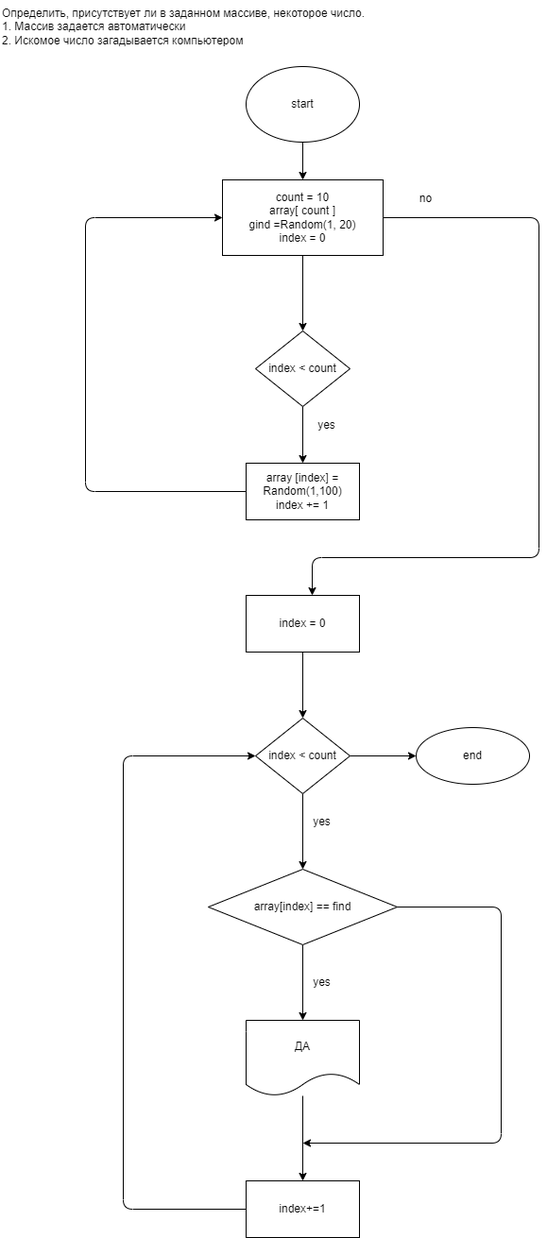
The draw.io diagram Sem02/Ex02/diagram.drawio.png in KravchukMary/Mod2, before a commit. Source tidied: cells renumbered, new cells last; positions are measured from the earlier drawing's top-left corner, leaving out a move shared by most shapes. Its diagram source:
```xml
<mxGraphModel>
  <root>
    <mxCell id="0" />
    <mxCell id="1" parent="0" />
    <mxCell id="2" value="Определить, присутствует ли в заданном массиве, некоторое число.&lt;br&gt;1. Массив задается автоматически&lt;br&gt;2. Искомое число загадывается компьютером" style="text;whiteSpace=wrap;html=1;" parent="1" vertex="1">
      <mxGeometry width="410" height="60" as="geometry" />
    </mxCell>
    <mxCell id="3" style="edgeStyle=none;html=1;" parent="1" edge="1" source="4" target="7">
      <mxGeometry relative="1" as="geometry" />
    </mxCell>
    <mxCell id="4" value="start" style="ellipse;whiteSpace=wrap;html=1;" parent="1" vertex="1">
      <mxGeometry x="260" y="70" width="120" height="80" as="geometry" />
    </mxCell>
    <mxCell id="5" style="edgeStyle=none;html=1;" parent="1" edge="1" source="7" target="9">
      <mxGeometry relative="1" as="geometry" />
    </mxCell>
    <mxCell id="6" style="edgeStyle=none;html=1;" parent="1" edge="1" source="7">
      <mxGeometry relative="1" as="geometry">
        <mxPoint x="330" y="630" as="targetPoint" />
        <Array as="points">
          <mxPoint x="570" y="230" />
          <mxPoint x="570" y="590" />
          <mxPoint x="330" y="590" />
        </Array>
      </mxGeometry>
    </mxCell>
    <mxCell id="7" value="count = 10&lt;br&gt;array[ count ]&lt;br&gt;gind =Random(1, 20)&lt;br&gt;index = 0" style="whiteSpace=wrap;html=1;" parent="1" vertex="1">
      <mxGeometry x="235" y="190" width="170" height="80" as="geometry" />
    </mxCell>
    <mxCell id="8" style="edgeStyle=none;html=1;" parent="1" edge="1" source="9" target="11">
      <mxGeometry relative="1" as="geometry" />
    </mxCell>
    <mxCell id="9" value="index &amp;lt; count" style="rhombus;whiteSpace=wrap;html=1;" parent="1" vertex="1">
      <mxGeometry x="270" y="350" width="100" height="80" as="geometry" />
    </mxCell>
    <mxCell id="10" style="edgeStyle=none;html=1;entryX=0;entryY=0.5;entryDx=0;entryDy=0;" parent="1" edge="1" source="11" target="7">
      <mxGeometry relative="1" as="geometry">
        <Array as="points">
          <mxPoint x="90" y="520" />
          <mxPoint x="90" y="230" />
        </Array>
      </mxGeometry>
    </mxCell>
    <mxCell id="11" value="array [index] = Random(1,100)&lt;br&gt;index += 1" style="whiteSpace=wrap;html=1;" parent="1" vertex="1">
      <mxGeometry x="260" y="490" width="120" height="60" as="geometry" />
    </mxCell>
    <mxCell id="12" value="yes" style="text;html=1;align=center;verticalAlign=middle;strokeColor=none;fillColor=none;" parent="1" vertex="1">
      <mxGeometry x="330" y="440" width="30" height="20" as="geometry" />
    </mxCell>
    <mxCell id="13" style="edgeStyle=none;html=1;" parent="1" edge="1" source="14" target="18">
      <mxGeometry relative="1" as="geometry" />
    </mxCell>
    <mxCell id="14" value="index = 0" style="whiteSpace=wrap;html=1;" parent="1" vertex="1">
      <mxGeometry x="260" y="630" width="120" height="60" as="geometry" />
    </mxCell>
    <mxCell id="15" value="no" style="text;html=1;align=center;verticalAlign=middle;strokeColor=none;fillColor=none;" parent="1" vertex="1">
      <mxGeometry x="435" y="200" width="30" height="20" as="geometry" />
    </mxCell>
    <mxCell id="16" style="edgeStyle=none;html=1;" parent="1" edge="1" source="18" target="20">
      <mxGeometry relative="1" as="geometry" />
    </mxCell>
    <mxCell id="17" style="edgeStyle=none;html=1;" parent="1" edge="1" source="18" target="28">
      <mxGeometry relative="1" as="geometry" />
    </mxCell>
    <mxCell id="18" value="index &amp;lt; count" style="rhombus;whiteSpace=wrap;html=1;" parent="1" vertex="1">
      <mxGeometry x="270" y="760" width="100" height="80" as="geometry" />
    </mxCell>
    <mxCell id="19" style="edgeStyle=none;html=1;" parent="1" edge="1" source="20" target="23">
      <mxGeometry relative="1" as="geometry" />
    </mxCell>
    <mxCell id="20" value="array[index] == find" style="rhombus;whiteSpace=wrap;html=1;" parent="1" vertex="1">
      <mxGeometry x="220" y="920" width="200" height="80" as="geometry" />
    </mxCell>
    <mxCell id="21" value="yes" style="text;html=1;align=center;verticalAlign=middle;strokeColor=none;fillColor=none;" parent="1" vertex="1">
      <mxGeometry x="325" y="860" width="30" height="20" as="geometry" />
    </mxCell>
    <mxCell id="22" style="edgeStyle=none;html=1;" parent="1" edge="1" source="23" target="26">
      <mxGeometry relative="1" as="geometry" />
    </mxCell>
    <mxCell id="23" value="ДА" style="shape=document;whiteSpace=wrap;html=1;boundedLbl=1;" parent="1" vertex="1">
      <mxGeometry x="260" y="1080" width="120" height="80" as="geometry" />
    </mxCell>
    <mxCell id="24" value="yes" style="text;html=1;align=center;verticalAlign=middle;strokeColor=none;fillColor=none;" parent="1" vertex="1">
      <mxGeometry x="325" y="1030" width="30" height="20" as="geometry" />
    </mxCell>
    <mxCell id="25" style="edgeStyle=none;html=1;entryX=0;entryY=0.5;entryDx=0;entryDy=0;" parent="1" edge="1" source="26" target="18">
      <mxGeometry relative="1" as="geometry">
        <Array as="points">
          <mxPoint x="130" y="1280" />
          <mxPoint x="130" y="800" />
        </Array>
      </mxGeometry>
    </mxCell>
    <mxCell id="26" value="index+=1" style="whiteSpace=wrap;html=1;" parent="1" vertex="1">
      <mxGeometry x="260" y="1250" width="120" height="60" as="geometry" />
    </mxCell>
    <mxCell id="27" style="endArrow=classic;html=1;exitX=1;exitY=0.5;exitDx=0;exitDy=0;" parent="1" edge="1" source="20">
      <mxGeometry relative="1" as="geometry">
        <mxPoint x="320" y="1210" as="targetPoint" />
        <Array as="points">
          <mxPoint x="530" y="960" />
          <mxPoint x="530" y="1210" />
        </Array>
      </mxGeometry>
    </mxCell>
    <mxCell id="28" value="end" style="ellipse;whiteSpace=wrap;html=1;" parent="1" vertex="1">
      <mxGeometry x="440" y="770" width="120" height="60" as="geometry" />
    </mxCell>
  </root>
</mxGraphModel>
```
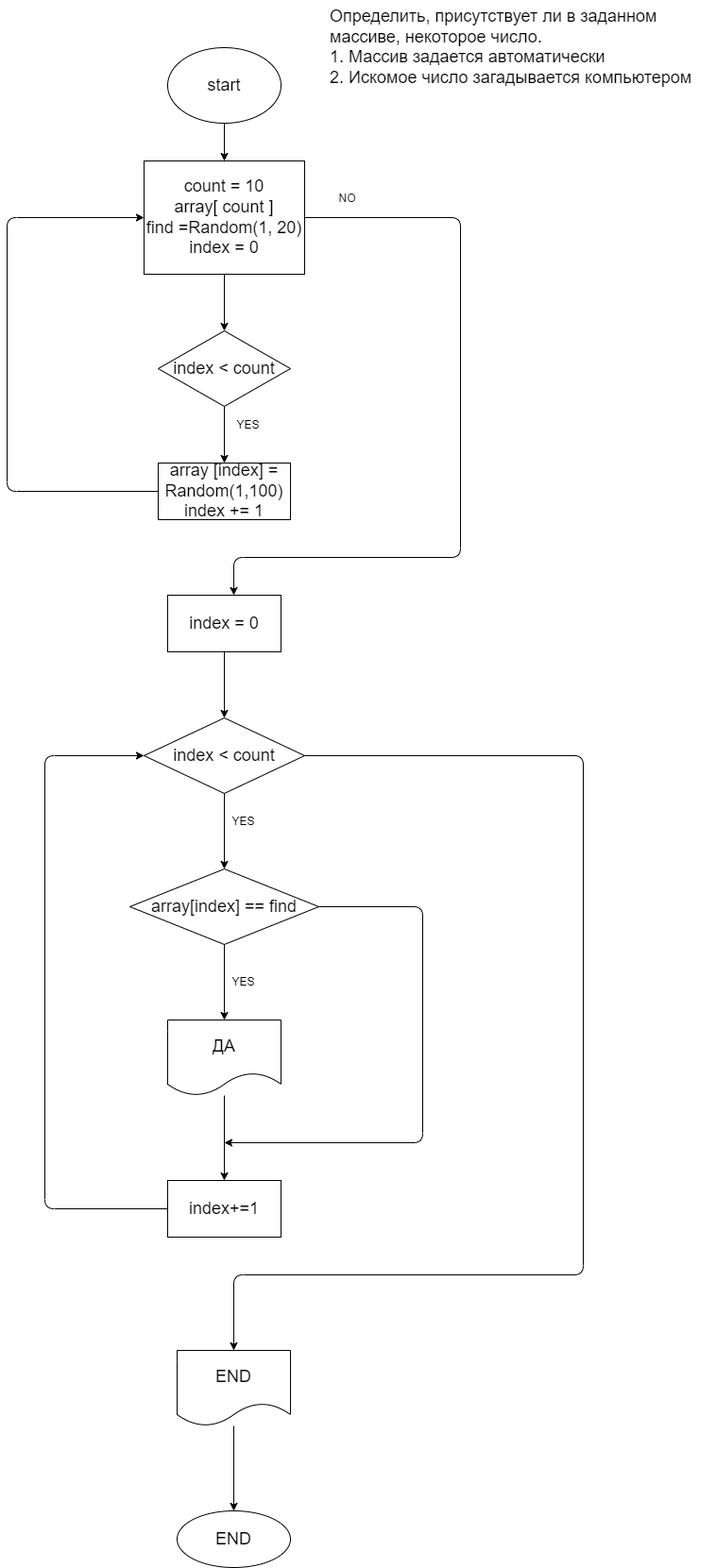
The same diagram one commit later.

Diff of the diagram source:
```diff
@@ -2,14 +2,14 @@
   <root>
     <mxCell id="0" />
     <mxCell id="1" parent="0" />
-    <mxCell id="2" value="Определить, присутствует ли в заданном массиве, некоторое число.&lt;br&gt;1. Массив задается автоматически&lt;br&gt;2. Искомое число загадывается компьютером" style="text;whiteSpace=wrap;html=1;" parent="1" vertex="1">
-      <mxGeometry width="410" height="60" as="geometry" />
+    <mxCell id="2" value="&lt;font style=&quot;font-size: 18px&quot;&gt;Определить, присутствует ли в заданном массиве, некоторое число.&lt;br&gt;1. Массив задается автоматически&lt;br&gt;2. Искомое число загадывается компьютером&lt;/font&gt;" style="text;whiteSpace=wrap;html=1;" parent="1" vertex="1">
+      <mxGeometry x="430" width="410" height="60" as="geometry" />
     </mxCell>
     <mxCell id="3" style="edgeStyle=none;html=1;" parent="1" edge="1" source="4" target="7">
       <mxGeometry relative="1" as="geometry" />
     </mxCell>
-    <mxCell id="4" value="start" style="ellipse;whiteSpace=wrap;html=1;" parent="1" vertex="1">
-      <mxGeometry x="260" y="70" width="120" height="80" as="geometry" />
+    <mxCell id="4" value="&lt;font style=&quot;font-size: 18px&quot;&gt;start&lt;/font&gt;" style="ellipse;whiteSpace=wrap;html=1;" parent="1" vertex="1">
+      <mxGeometry x="260" y="50" width="120" height="80" as="geometry" />
     </mxCell>
     <mxCell id="5" style="edgeStyle=none;html=1;" parent="1" edge="1" source="7" target="9">
       <mxGeometry relative="1" as="geometry" />
@@ -24,14 +24,14 @@
         </Array>
       </mxGeometry>
     </mxCell>
-    <mxCell id="7" value="count = 10&lt;br&gt;array[ count ]&lt;br&gt;gind =Random(1, 20)&lt;br&gt;index = 0" style="whiteSpace=wrap;html=1;" parent="1" vertex="1">
-      <mxGeometry x="235" y="190" width="170" height="80" as="geometry" />
+    <mxCell id="7" value="&lt;font style=&quot;font-size: 18px&quot;&gt;count = 10&lt;br&gt;array[ count ]&lt;br&gt;find =Random(1, 20)&lt;br&gt;index = 0&lt;/font&gt;" style="whiteSpace=wrap;html=1;" parent="1" vertex="1">
+      <mxGeometry x="235" y="170" width="170" height="120" as="geometry" />
     </mxCell>
     <mxCell id="8" style="edgeStyle=none;html=1;" parent="1" edge="1" source="9" target="11">
       <mxGeometry relative="1" as="geometry" />
     </mxCell>
-    <mxCell id="9" value="index &amp;lt; count" style="rhombus;whiteSpace=wrap;html=1;" parent="1" vertex="1">
-      <mxGeometry x="270" y="350" width="100" height="80" as="geometry" />
+    <mxCell id="9" value="&lt;font style=&quot;font-size: 18px&quot;&gt;index &amp;lt; count&lt;/font&gt;" style="rhombus;whiteSpace=wrap;html=1;" parent="1" vertex="1">
+      <mxGeometry x="250" y="350" width="140" height="80" as="geometry" />
     </mxCell>
     <mxCell id="10" style="edgeStyle=none;html=1;entryX=0;entryY=0.5;entryDx=0;entryDy=0;" parent="1" edge="1" source="11" target="7">
       <mxGeometry relative="1" as="geometry">
@@ -41,47 +41,53 @@
         </Array>
       </mxGeometry>
     </mxCell>
-    <mxCell id="11" value="array [index] = Random(1,100)&lt;br&gt;index += 1" style="whiteSpace=wrap;html=1;" parent="1" vertex="1">
-      <mxGeometry x="260" y="490" width="120" height="60" as="geometry" />
+    <mxCell id="11" value="&lt;font style=&quot;font-size: 18px&quot;&gt;array [index] = Random(1,100)&lt;br&gt;index += 1&lt;/font&gt;" style="whiteSpace=wrap;html=1;" parent="1" vertex="1">
+      <mxGeometry x="250" y="490" width="140" height="60" as="geometry" />
     </mxCell>
-    <mxCell id="12" value="yes" style="text;html=1;align=center;verticalAlign=middle;strokeColor=none;fillColor=none;" parent="1" vertex="1">
-      <mxGeometry x="330" y="440" width="30" height="20" as="geometry" />
+    <mxCell id="12" value="YES" style="text;html=1;align=center;verticalAlign=middle;strokeColor=none;fillColor=none;" parent="1" vertex="1">
+      <mxGeometry x="325" y="440" width="40" height="20" as="geometry" />
     </mxCell>
     <mxCell id="13" style="edgeStyle=none;html=1;" parent="1" edge="1" source="14" target="18">
       <mxGeometry relative="1" as="geometry" />
     </mxCell>
-    <mxCell id="14" value="index = 0" style="whiteSpace=wrap;html=1;" parent="1" vertex="1">
+    <mxCell id="14" value="&lt;font style=&quot;font-size: 18px&quot;&gt;index = 0&lt;/font&gt;" style="whiteSpace=wrap;html=1;" parent="1" vertex="1">
       <mxGeometry x="260" y="630" width="120" height="60" as="geometry" />
     </mxCell>
-    <mxCell id="15" value="no" style="text;html=1;align=center;verticalAlign=middle;strokeColor=none;fillColor=none;" parent="1" vertex="1">
+    <mxCell id="15" value="NO" style="text;html=1;align=center;verticalAlign=middle;strokeColor=none;fillColor=none;" parent="1" vertex="1">
       <mxGeometry x="435" y="200" width="30" height="20" as="geometry" />
     </mxCell>
     <mxCell id="16" style="edgeStyle=none;html=1;" parent="1" edge="1" source="18" target="20">
       <mxGeometry relative="1" as="geometry" />
     </mxCell>
-    <mxCell id="17" style="edgeStyle=none;html=1;" parent="1" edge="1" source="18" target="28">
-      <mxGeometry relative="1" as="geometry" />
-    </mxCell>
+    <mxCell id="29" style="edgeStyle=none;html=1;fontSize=18;" parent="1" edge="1" source="18" target="17">
+      <mxGeometry relative="1" as="geometry">
+        <Array as="points">
+          <mxPoint x="700" y="800" />
+          <mxPoint x="700" y="1350" />
+          <mxPoint x="330" y="1350" />
+        </Array>
+      </mxGeometry>
+    </mxCell>
-    <mxCell id="18" value="index &amp;lt; count" style="rhombus;whiteSpace=wrap;html=1;" parent="1" vertex="1">
-      <mxGeometry x="270" y="760" width="100" height="80" as="geometry" />
+    <mxCell id="18" value="&lt;font style=&quot;font-size: 18px&quot;&gt;index &amp;lt; count&lt;/font&gt;" style="rhombus;whiteSpace=wrap;html=1;" parent="1" vertex="1">
+      <mxGeometry x="235" y="760" width="170" height="80" as="geometry" />
     </mxCell>
     <mxCell id="19" style="edgeStyle=none;html=1;" parent="1" edge="1" source="20" target="23">
       <mxGeometry relative="1" as="geometry" />
     </mxCell>
-    <mxCell id="20" value="array[index] == find" style="rhombus;whiteSpace=wrap;html=1;" parent="1" vertex="1">
+    <mxCell id="20" value="&lt;font style=&quot;font-size: 18px&quot;&gt;array[index] == find&lt;/font&gt;" style="rhombus;whiteSpace=wrap;html=1;" parent="1" vertex="1">
       <mxGeometry x="220" y="920" width="200" height="80" as="geometry" />
     </mxCell>
-    <mxCell id="21" value="yes" style="text;html=1;align=center;verticalAlign=middle;strokeColor=none;fillColor=none;" parent="1" vertex="1">
-      <mxGeometry x="325" y="860" width="30" height="20" as="geometry" />
+    <mxCell id="21" value="YES" style="text;html=1;align=center;verticalAlign=middle;strokeColor=none;fillColor=none;" parent="1" vertex="1">
+      <mxGeometry x="320" y="860" width="40" height="20" as="geometry" />
     </mxCell>
     <mxCell id="22" style="edgeStyle=none;html=1;" parent="1" edge="1" source="23" target="26">
       <mxGeometry relative="1" as="geometry" />
     </mxCell>
-    <mxCell id="23" value="ДА" style="shape=document;whiteSpace=wrap;html=1;boundedLbl=1;" parent="1" vertex="1">
+    <mxCell id="23" value="&lt;font style=&quot;font-size: 18px&quot;&gt;ДА&lt;/font&gt;" style="shape=document;whiteSpace=wrap;html=1;boundedLbl=1;" parent="1" vertex="1">
       <mxGeometry x="260" y="1080" width="120" height="80" as="geometry" />
     </mxCell>
-    <mxCell id="24" value="yes" style="text;html=1;align=center;verticalAlign=middle;strokeColor=none;fillColor=none;" parent="1" vertex="1">
-      <mxGeometry x="325" y="1030" width="30" height="20" as="geometry" />
+    <mxCell id="24" value="YES" style="text;html=1;align=center;verticalAlign=middle;strokeColor=none;fillColor=none;" parent="1" vertex="1">
+      <mxGeometry x="320" y="1030" width="40" height="20" as="geometry" />
     </mxCell>
     <mxCell id="25" style="edgeStyle=none;html=1;entryX=0;entryY=0.5;entryDx=0;entryDy=0;" parent="1" edge="1" source="26" target="18">
       <mxGeometry relative="1" as="geometry">
@@ -91,7 +97,7 @@
         </Array>
       </mxGeometry>
     </mxCell>
-    <mxCell id="26" value="index+=1" style="whiteSpace=wrap;html=1;" parent="1" vertex="1">
+    <mxCell id="26" value="&lt;font style=&quot;font-size: 18px&quot;&gt;index+=1&lt;/font&gt;" style="whiteSpace=wrap;html=1;" parent="1" vertex="1">
       <mxGeometry x="260" y="1250" width="120" height="60" as="geometry" />
     </mxCell>
     <mxCell id="27" style="endArrow=classic;html=1;exitX=1;exitY=0.5;exitDx=0;exitDy=0;" parent="1" edge="1" source="20">
@@ -103,8 +109,14 @@
         </Array>
       </mxGeometry>
     </mxCell>
-    <mxCell id="28" value="end" style="ellipse;whiteSpace=wrap;html=1;" parent="1" vertex="1">
-      <mxGeometry x="440" y="770" width="120" height="60" as="geometry" />
-    </mxCell>
+    <mxCell id="30" style="edgeStyle=none;html=1;fontSize=18;" parent="1" edge="1" source="17" target="31">
+      <mxGeometry relative="1" as="geometry" />
+    </mxCell>
+    <mxCell id="17" value="&lt;font style=&quot;font-size: 18px&quot;&gt;END&lt;/font&gt;" style="shape=document;whiteSpace=wrap;html=1;boundedLbl=1;" parent="1" vertex="1">
+      <mxGeometry x="270" y="1430" width="120" height="80" as="geometry" />
+    </mxCell>
+    <mxCell id="31" value="&lt;font style=&quot;font-size: 18px&quot;&gt;END&lt;/font&gt;" style="ellipse;whiteSpace=wrap;html=1;" parent="1" vertex="1">
+      <mxGeometry x="270" y="1600" width="120" height="60" as="geometry" />
+    </mxCell>
   </root>
 </mxGraphModel>
```
